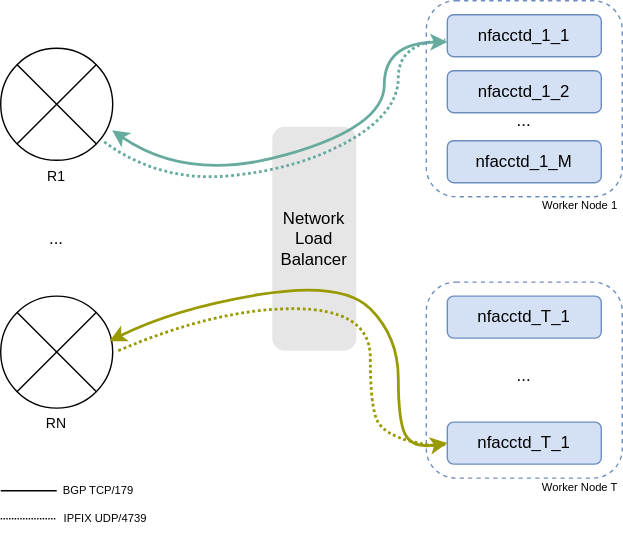
Before: docs/use-cases/images/lb_traffic_affinity_ok.svg, a diagram exported from draw.io (datahangar/sfunnel). Source tidied: cells renumbered, new cells last; positions are measured from the earlier drawing's top-left corner, leaving out a move shared by most shapes.
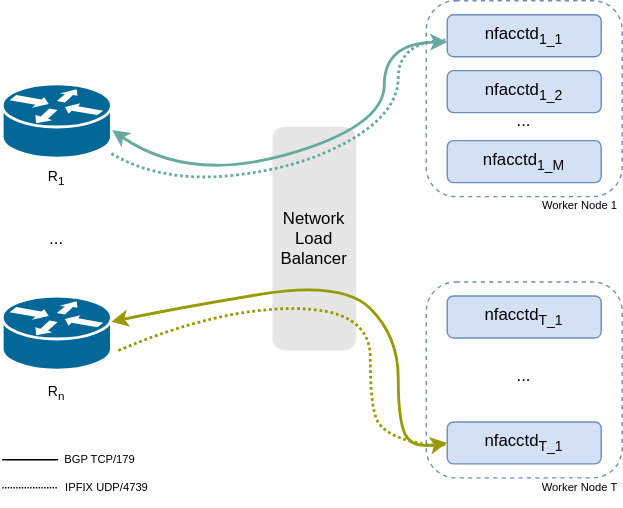
Above is the later version.

Change to the diagram source:
```diff
@@ -2,14 +2,18 @@
   <root>
     <mxCell id="0" />
     <mxCell id="1" parent="0" />
-    <mxCell id="2" style="shape=sumEllipse;perimeter=ellipsePerimeter;whiteSpace=wrap;html=1;backgroundOutline=1;" parent="1" vertex="1">
-      <mxGeometry y="34" width="80" height="80" as="geometry" />
-    </mxCell>
+    <mxCell id="30" style="shape=mxgraph.cisco.routers.router;sketch=0;html=1;dashed=0;fillColor=#036897;strokeColor=#ffffff;strokeWidth=2;verticalLabelPosition=bottom;verticalAlign=top;align=center;outlineConnect=0;" parent="1" vertex="1">
+      <mxGeometry x="1" y="211" width="78" height="53" as="geometry" />
+    </mxCell>
+    <mxCell id="31" style="shape=mxgraph.cisco.routers.router;sketch=0;html=1;dashed=0;fillColor=#036897;strokeColor=#ffffff;strokeWidth=2;verticalLabelPosition=bottom;verticalAlign=top;align=center;outlineConnect=0;" parent="1" vertex="1">
+      <mxGeometry x="1" y="59.5" width="78" height="53" as="geometry" />
+    </mxCell>
     <mxCell id="3" value="Network&lt;div&gt;Load Balancer&lt;/div&gt;" style="rounded=1;whiteSpace=wrap;html=1;fillColor=#E6E6E6;strokeColor=none;" parent="1" vertex="1">
       <mxGeometry x="194" y="90" width="60" height="160" as="geometry" />
     </mxCell>
-    <mxCell id="4" style="curved=1;endArrow=classic;html=1;rounded=0;strokeWidth=2;strokeColor=#67AB9F;startArrow=classic;startFill=1;entryX=-0.019;entryY=0.648;entryDx=0;entryDy=0;entryPerimeter=0;exitX=0.995;exitY=0.732;exitDx=0;exitDy=0;exitPerimeter=0;" parent="1" edge="1" source="2">
+    <mxCell id="4" style="curved=1;endArrow=classic;html=1;rounded=0;strokeWidth=2;strokeColor=#67AB9F;startArrow=classic;startFill=1;entryX=-0.019;entryY=0.648;entryDx=0;entryDy=0;entryPerimeter=0;exitX=0.995;exitY=0.732;exitDx=0;exitDy=0;exitPerimeter=0;" parent="1" edge="1">
       <mxGeometry relative="1" as="geometry">
+        <mxPoint x="79.6" y="92.6" as="sourcePoint" />
         <mxPoint x="319" y="29.4" as="targetPoint" />
         <Array as="points">
           <mxPoint x="134" y="130" />
@@ -18,7 +22,7 @@
         </Array>
       </mxGeometry>
     </mxCell>
-    <mxCell id="5" style="curved=1;endArrow=none;html=1;rounded=0;strokeWidth=2;strokeColor=#67AB9F;dashed=1;dashPattern=1 1;exitX=0.924;exitY=0.836;exitDx=0;exitDy=0;exitPerimeter=0;entryX=-0.013;entryY=0.6;entryDx=0;entryDy=0;entryPerimeter=0;endFill=0;" parent="1" edge="1" source="2" target="9">
+    <mxCell id="5" style="curved=1;endArrow=none;html=1;rounded=0;strokeWidth=2;strokeColor=#67AB9F;dashed=1;dashPattern=1 1;entryX=-0.013;entryY=0.6;entryDx=0;entryDy=0;entryPerimeter=0;endFill=0;" parent="1" edge="1" source="31" target="9">
       <mxGeometry relative="1" as="geometry">
         <Array as="points">
           <mxPoint x="114" y="130" />
@@ -31,40 +35,28 @@
     <mxCell id="6" value="&lt;div&gt;&lt;br&gt;&lt;/div&gt;" style="edgeLabel;html=1;align=center;verticalAlign=middle;labelBackgroundColor=none;fontColor=#006600;" parent="5" vertex="1">
       <mxGeometry y="-10" relative="1" as="geometry" />
     </mxCell>
-    <mxCell id="7" value="&lt;font style=&quot;font-size: 10px;&quot;&gt;R1&lt;/font&gt;" style="text;html=1;align=center;verticalAlign=middle;whiteSpace=wrap;rounded=0;" parent="1" vertex="1">
-      <mxGeometry x="5" y="110" width="70" height="30" as="geometry" />
-    </mxCell>
     <mxCell id="8" style="rounded=1;whiteSpace=wrap;html=1;fillColor=none;strokeColor=#6C8EBF;dashed=1;" parent="1" vertex="1">
       <mxGeometry x="304" width="140" height="140" as="geometry" />
     </mxCell>
-    <mxCell id="9" value="nfacctd_1_1" style="rounded=1;whiteSpace=wrap;html=1;fillColor=#D4E1F5;strokeColor=#6C8EBF;" parent="1" vertex="1">
+    <mxCell id="9" value="nfacctd&lt;sub&gt;1_1&lt;/sub&gt;" style="rounded=1;whiteSpace=wrap;html=1;fillColor=#D4E1F5;strokeColor=#6C8EBF;" parent="1" vertex="1">
       <mxGeometry x="319" y="10" width="110" height="30" as="geometry" />
     </mxCell>
-    <mxCell id="10" value="nfacctd_1_M" style="rounded=1;whiteSpace=wrap;html=1;fillColor=#D4E1F5;strokeColor=#6C8EBF;" parent="1" vertex="1">
+    <mxCell id="10" value="nfacctd&lt;sub&gt;1_M&lt;/sub&gt;" style="rounded=1;whiteSpace=wrap;html=1;fillColor=#D4E1F5;strokeColor=#6C8EBF;" parent="1" vertex="1">
       <mxGeometry x="319" y="100" width="110" height="30" as="geometry" />
     </mxCell>
-    <mxCell id="11" style="shape=sumEllipse;perimeter=ellipsePerimeter;whiteSpace=wrap;html=1;backgroundOutline=1;" parent="1" vertex="1">
-      <mxGeometry y="211" width="80" height="80" as="geometry" />
-    </mxCell>
-    <mxCell id="12" value="&lt;font style=&quot;font-size: 10px;&quot;&gt;RN&lt;/font&gt;" style="text;html=1;align=center;verticalAlign=middle;whiteSpace=wrap;rounded=0;" parent="1" vertex="1">
-      <mxGeometry x="5" y="287" width="70" height="30" as="geometry" />
-    </mxCell>
     <mxCell id="13" style="rounded=1;whiteSpace=wrap;html=1;fillColor=none;strokeColor=#6C8EBF;dashed=1;" parent="1" vertex="1">
       <mxGeometry x="304" y="201" width="140" height="140" as="geometry" />
     </mxCell>
-    <mxCell id="14" value="nfacctd_T_1" style="rounded=1;whiteSpace=wrap;html=1;fillColor=#D4E1F5;strokeColor=#6C8EBF;" parent="1" vertex="1">
+    <mxCell id="14" value="nfacctd&lt;sub&gt;T_1&lt;/sub&gt;" style="rounded=1;whiteSpace=wrap;html=1;fillColor=#D4E1F5;strokeColor=#6C8EBF;" parent="1" vertex="1">
       <mxGeometry x="319" y="211" width="110" height="30" as="geometry" />
     </mxCell>
-    <mxCell id="15" value="nfacctd_T_1" style="rounded=1;whiteSpace=wrap;html=1;fillColor=#D4E1F5;strokeColor=#6C8EBF;" parent="1" vertex="1">
+    <mxCell id="15" value="nfacctd&lt;sub&gt;T_1&lt;/sub&gt;" style="rounded=1;whiteSpace=wrap;html=1;fillColor=#D4E1F5;strokeColor=#6C8EBF;" parent="1" vertex="1">
       <mxGeometry x="319" y="301" width="110" height="30" as="geometry" />
     </mxCell>
-    <mxCell id="16" value="..." style="text;html=1;align=center;verticalAlign=middle;whiteSpace=wrap;rounded=0;" parent="1" vertex="1">
-      <mxGeometry x="10" y="155" width="60" height="30" as="geometry" />
-    </mxCell>
-    <mxCell id="17" value="nfacctd_1_2" style="rounded=1;whiteSpace=wrap;html=1;fillColor=#D4E1F5;strokeColor=#6C8EBF;" parent="1" vertex="1">
+    <mxCell id="17" value="nfacctd&lt;sub&gt;1_2&lt;/sub&gt;" style="rounded=1;whiteSpace=wrap;html=1;fillColor=#D4E1F5;strokeColor=#6C8EBF;" parent="1" vertex="1">
       <mxGeometry x="319" y="50" width="110" height="30" as="geometry" />
     </mxCell>
-    <mxCell id="18" style="curved=1;endArrow=classic;html=1;rounded=0;strokeWidth=2;strokeColor=#999900;startArrow=classic;startFill=1;entryX=0;entryY=0.5;entryDx=0;entryDy=0;exitX=0.971;exitY=0.403;exitDx=0;exitDy=0;exitPerimeter=0;" parent="1" edge="1" source="11" target="15">
+    <mxCell id="18" style="curved=1;endArrow=classic;html=1;rounded=0;strokeWidth=2;strokeColor=#999900;startArrow=classic;startFill=1;entryX=0;entryY=0.5;entryDx=0;entryDy=0;" parent="1" edge="1" source="30" target="15">
       <mxGeometry relative="1" as="geometry">
         <Array as="points">
           <mxPoint x="124" y="220" />
@@ -93,24 +85,6 @@
     <mxCell id="21" value="&lt;div&gt;&lt;br&gt;&lt;/div&gt;" style="edgeLabel;html=1;align=center;verticalAlign=middle;labelBackgroundColor=none;fontColor=#006600;" parent="20" vertex="1">
       <mxGeometry y="-10" relative="1" as="geometry" />
     </mxCell>
-    <mxCell id="22" style="endArrow=none;html=1;rounded=0;" parent="1" edge="1">
-      <mxGeometry relative="1" as="geometry">
-        <mxPoint y="350" as="sourcePoint" />
-        <mxPoint x="40" y="350" as="targetPoint" />
-      </mxGeometry>
-    </mxCell>
-    <mxCell id="23" style="endArrow=none;html=1;rounded=0;dashed=1;dashPattern=1 1;" parent="1" edge="1">
-      <mxGeometry relative="1" as="geometry">
-        <mxPoint y="370" as="sourcePoint" />
-        <mxPoint x="40" y="370" as="targetPoint" />
-      </mxGeometry>
-    </mxCell>
-    <mxCell id="24" value="&lt;font style=&quot;font-size: 8px;&quot;&gt;BGP TCP/179&lt;/font&gt;" style="text;html=1;align=center;verticalAlign=middle;whiteSpace=wrap;rounded=0;" parent="1" vertex="1">
-      <mxGeometry x="40" y="334" width="60" height="30" as="geometry" />
-    </mxCell>
-    <mxCell id="25" value="&lt;font style=&quot;font-size: 8px;&quot;&gt;IPFIX UDP/4739&lt;/font&gt;" style="text;html=1;align=center;verticalAlign=middle;whiteSpace=wrap;rounded=0;" parent="1" vertex="1">
-      <mxGeometry x="40" y="354" width="70" height="30" as="geometry" />
-    </mxCell>
     <mxCell id="26" value="..." style="text;html=1;align=center;verticalAlign=middle;whiteSpace=wrap;rounded=0;" parent="1" vertex="1">
       <mxGeometry x="344" y="71" width="60" height="30" as="geometry" />
     </mxCell>
@@ -123,5 +97,32 @@
     <mxCell id="29" value="&lt;font style=&quot;font-size: 8px;&quot;&gt;Worker Node 1&lt;/font&gt;" style="text;html=1;align=center;verticalAlign=middle;whiteSpace=wrap;rounded=0;" parent="1" vertex="1">
       <mxGeometry x="384" y="130" width="60" height="30" as="geometry" />
     </mxCell>
+    <mxCell id="32" value="&lt;font style=&quot;font-size: 10px;&quot;&gt;R&lt;sub&gt;1&lt;/sub&gt;&lt;/font&gt;" style="text;html=1;align=center;verticalAlign=middle;whiteSpace=wrap;rounded=0;" parent="1" vertex="1">
+      <mxGeometry x="5" y="110" width="70" height="30" as="geometry" />
+    </mxCell>
+    <mxCell id="33" value="&lt;font style=&quot;font-size: 10px;&quot;&gt;R&lt;sub&gt;n&lt;/sub&gt;&lt;/font&gt;" style="text;html=1;align=center;verticalAlign=middle;whiteSpace=wrap;rounded=0;" parent="1" vertex="1">
+      <mxGeometry x="5" y="264" width="70" height="30" as="geometry" />
+    </mxCell>
+    <mxCell id="16" value="..." style="text;html=1;align=center;verticalAlign=middle;whiteSpace=wrap;rounded=0;" parent="1" vertex="1">
+      <mxGeometry x="10" y="155" width="60" height="30" as="geometry" />
+    </mxCell>
+    <mxCell id="34" style="endArrow=none;html=1;rounded=0;" parent="1" edge="1">
+      <mxGeometry relative="1" as="geometry">
+        <mxPoint x="1" y="328" as="sourcePoint" />
+        <mxPoint x="41" y="328" as="targetPoint" />
+      </mxGeometry>
+    </mxCell>
+    <mxCell id="35" style="endArrow=none;html=1;rounded=0;dashed=1;dashPattern=1 1;" parent="1" edge="1">
+      <mxGeometry relative="1" as="geometry">
+        <mxPoint x="1" y="348" as="sourcePoint" />
+        <mxPoint x="41" y="348" as="targetPoint" />
+      </mxGeometry>
+    </mxCell>
+    <mxCell id="24" value="&lt;font style=&quot;font-size: 8px;&quot;&gt;BGP TCP/179&lt;/font&gt;" style="text;html=1;align=center;verticalAlign=middle;whiteSpace=wrap;rounded=0;" parent="1" vertex="1">
+      <mxGeometry x="41" y="312" width="60" height="30" as="geometry" />
+    </mxCell>
+    <mxCell id="25" value="&lt;font style=&quot;font-size: 8px;&quot;&gt;IPFIX UDP/4739&lt;/font&gt;" style="text;html=1;align=center;verticalAlign=middle;whiteSpace=wrap;rounded=0;" parent="1" vertex="1">
+      <mxGeometry x="41" y="332" width="70" height="30" as="geometry" />
+    </mxCell>
   </root>
 </mxGraphModel>
```
